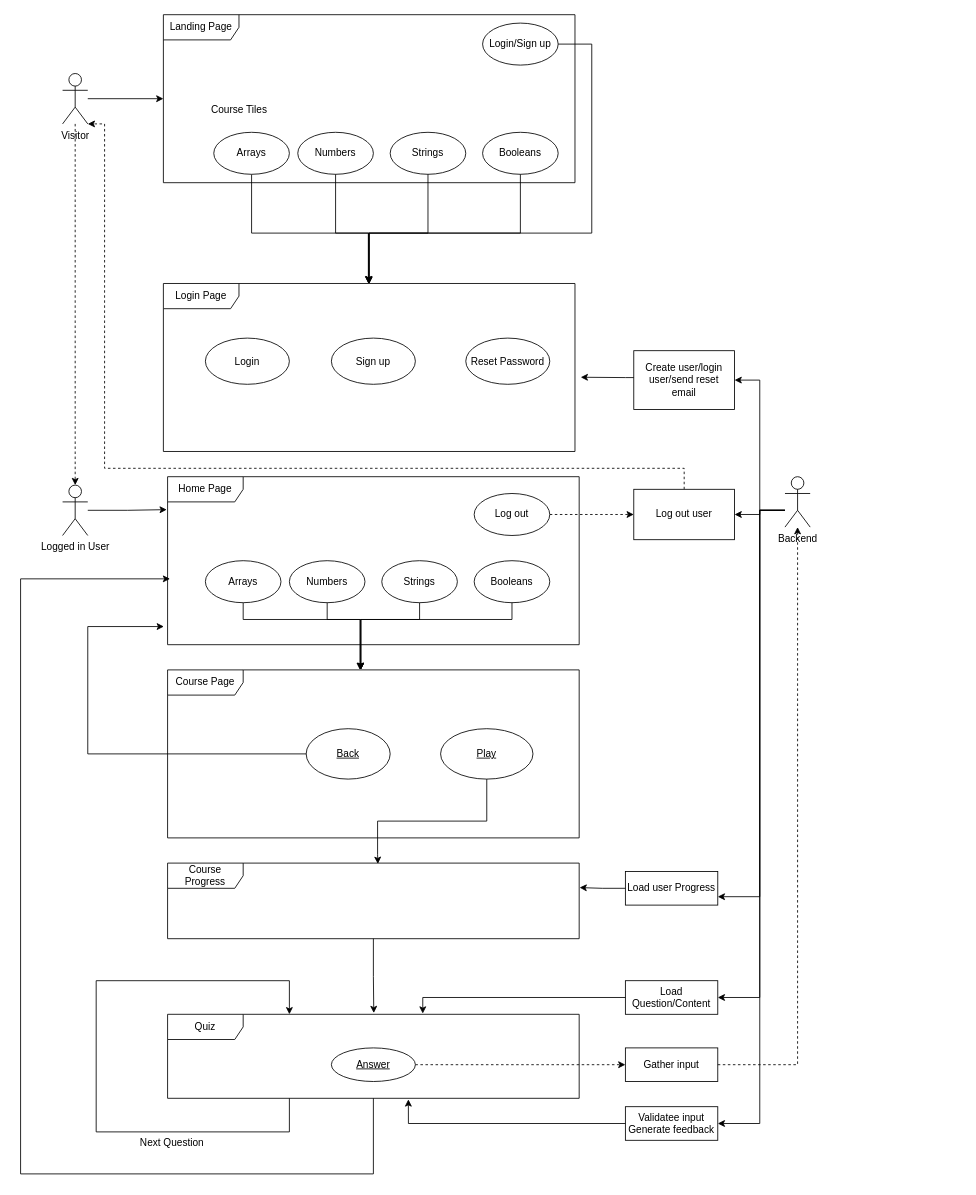
This is page "Page-2" (2 of 2) of UseCases/Untitled Diagram.drawio from Ehsangood1/IDiscovery, a draw.io file, before an edit. Source tidied: cells renumbered, new cells numbered last; positions are measured from the earlier drawing's top-left corner, leaving out a move shared by most shapes. Both pictures are drawn from the tidied source at 84%, with x=0, y=0 at pixel (20, 14).
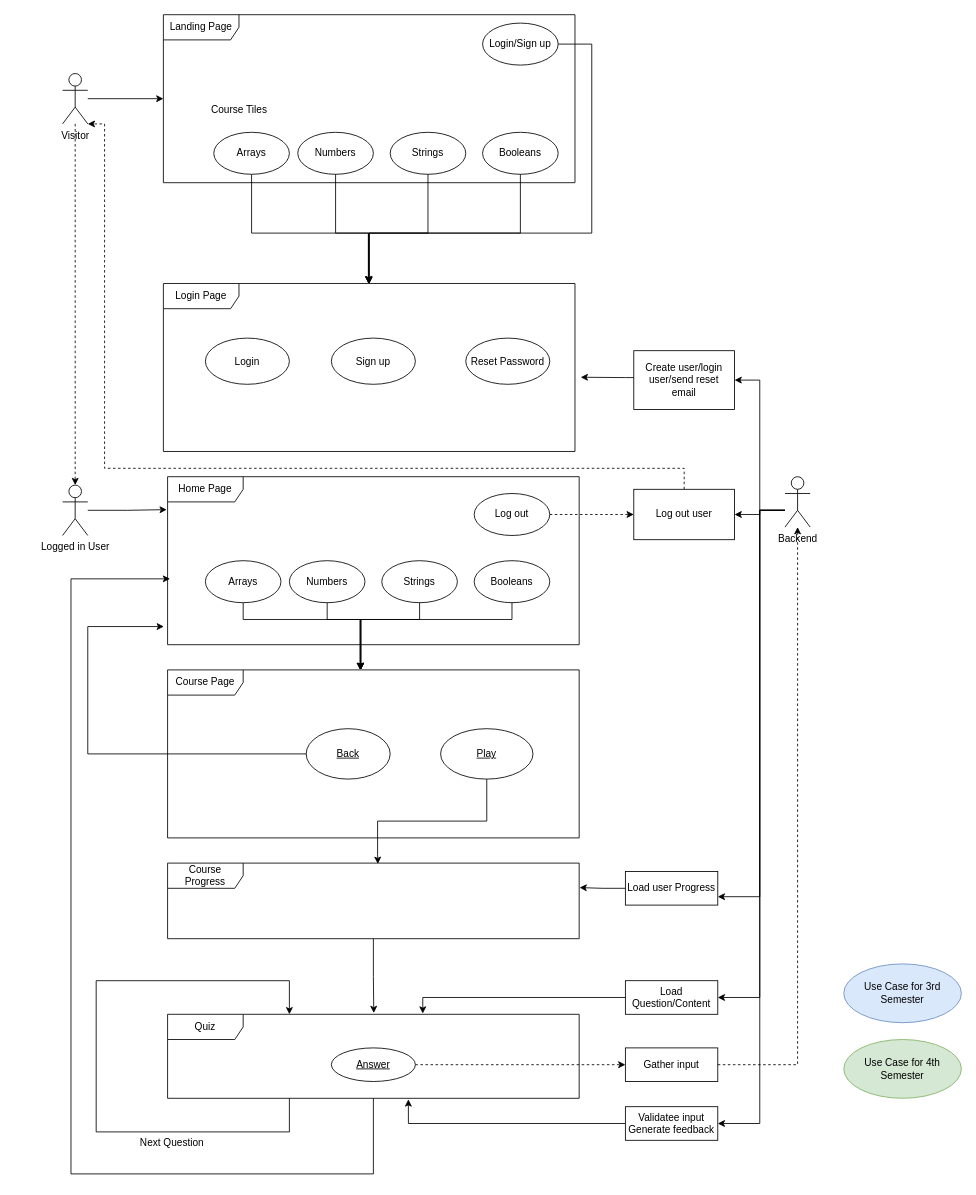
After the change.

Unchanged cells that the change refers to:
```xml
<mxCell id="20" value="Home Page" style="shape=umlFrame;whiteSpace=wrap;html=1;width=90;height=30;" parent="1" vertex="1">
  <mxGeometry x="175" y="550" width="490" height="200" as="geometry" />
</mxCell>
<mxCell id="24" value="Quiz" style="shape=umlFrame;whiteSpace=wrap;html=1;width=90;height=30;" parent="1" vertex="1">
  <mxGeometry x="175" y="1190" width="490" height="100" as="geometry" />
</mxCell>
```

What changed in the source:
```diff
@@
     <mxCell id="23" style="edgeStyle=orthogonalEdgeStyle;rounded=0;jettySize=auto;html=1;entryX=0.006;entryY=0.608;entryDx=0;entryDy=0;entryPerimeter=0;" parent="1" edge="1" source="24" target="20">
       <mxGeometry relative="1" as="geometry">
         <Array as="points">
           <mxPoint x="420" y="1380" />
-          <mxPoint y="1380" />
-          <mxPoint y="672" />
+          <mxPoint x="60" y="1380" />
+          <mxPoint x="60" y="672" />
         </Array>
       </mxGeometry>
     </mxCell>
@@
+    <mxCell id="65" value="Use Case for 3rd Semester" style="ellipse;whiteSpace=wrap;html=1;fillColor=#dae8fc;strokeColor=#6c8ebf;" parent="1" vertex="1">
+      <mxGeometry x="980" y="1130" width="140" height="70" as="geometry" />
+    </mxCell>
+    <mxCell id="66" value="Use Case for 4th Semester" style="ellipse;whiteSpace=wrap;html=1;fillColor=#d5e8d4;strokeColor=#82b366;" parent="1" vertex="1">
+      <mxGeometry x="980" y="1220" width="140" height="70" as="geometry" />
+    </mxCell>
```
